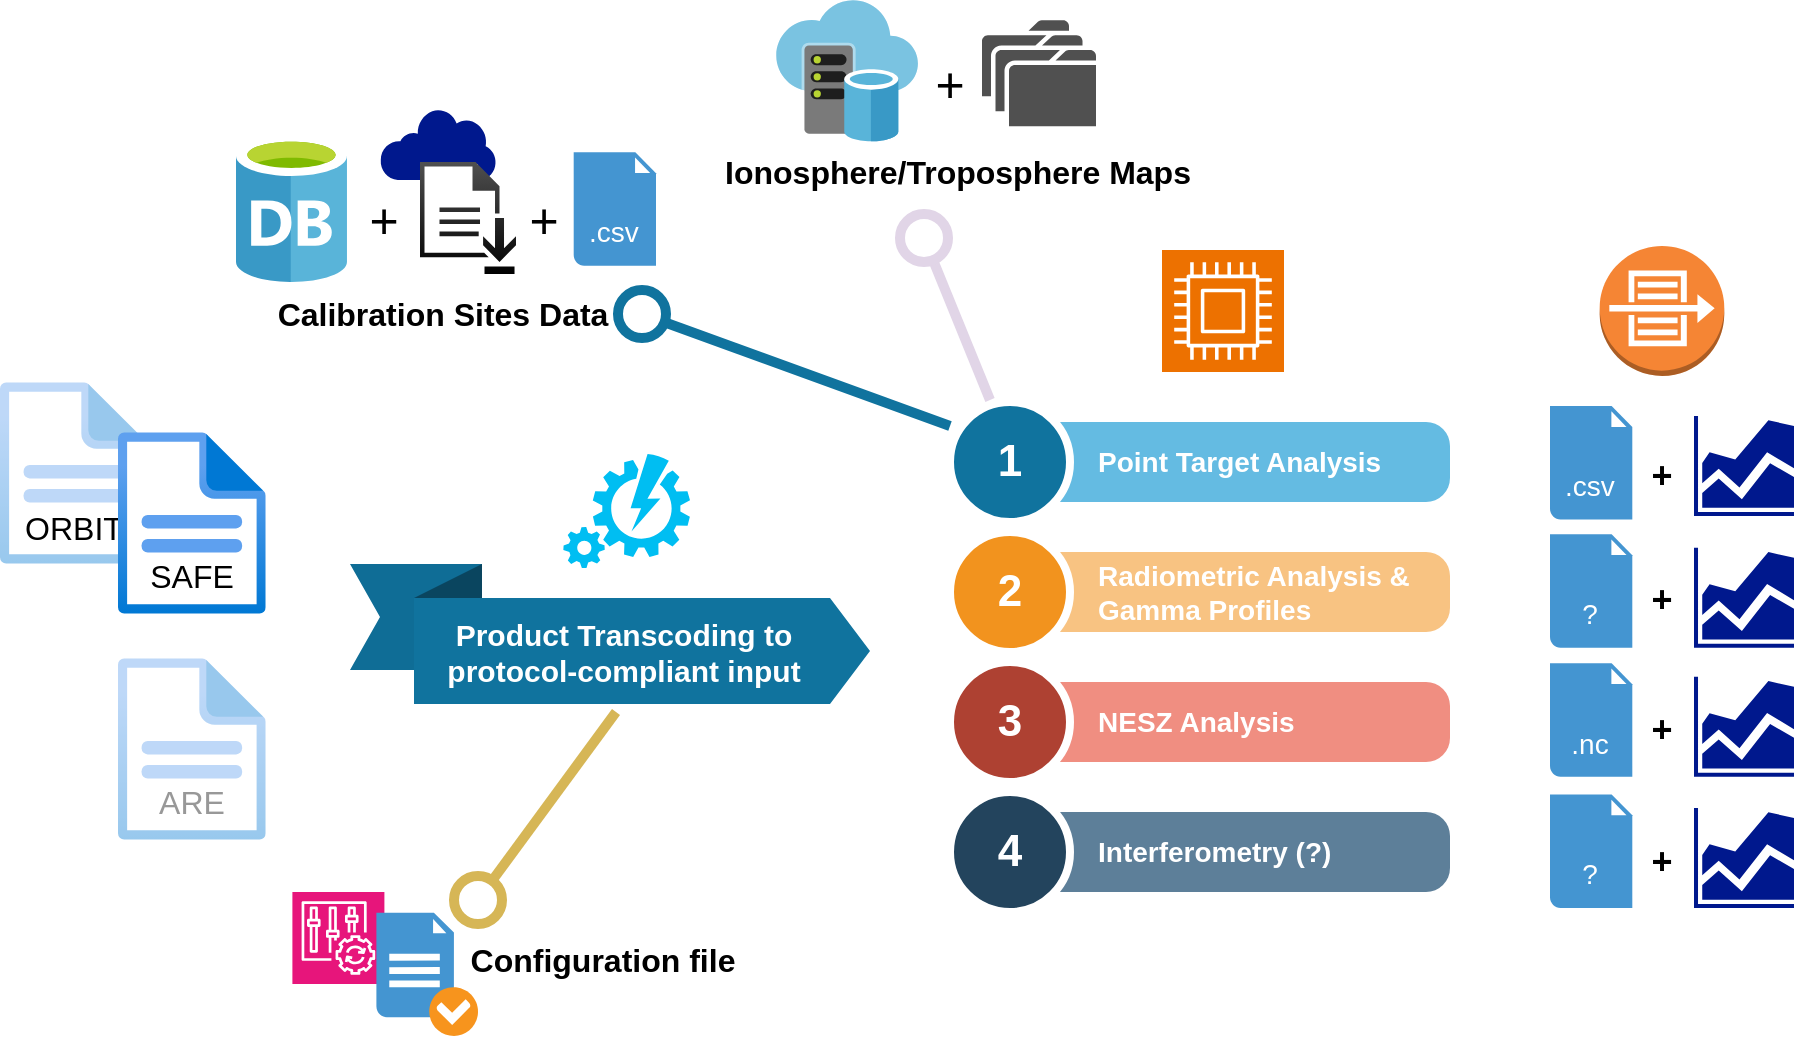
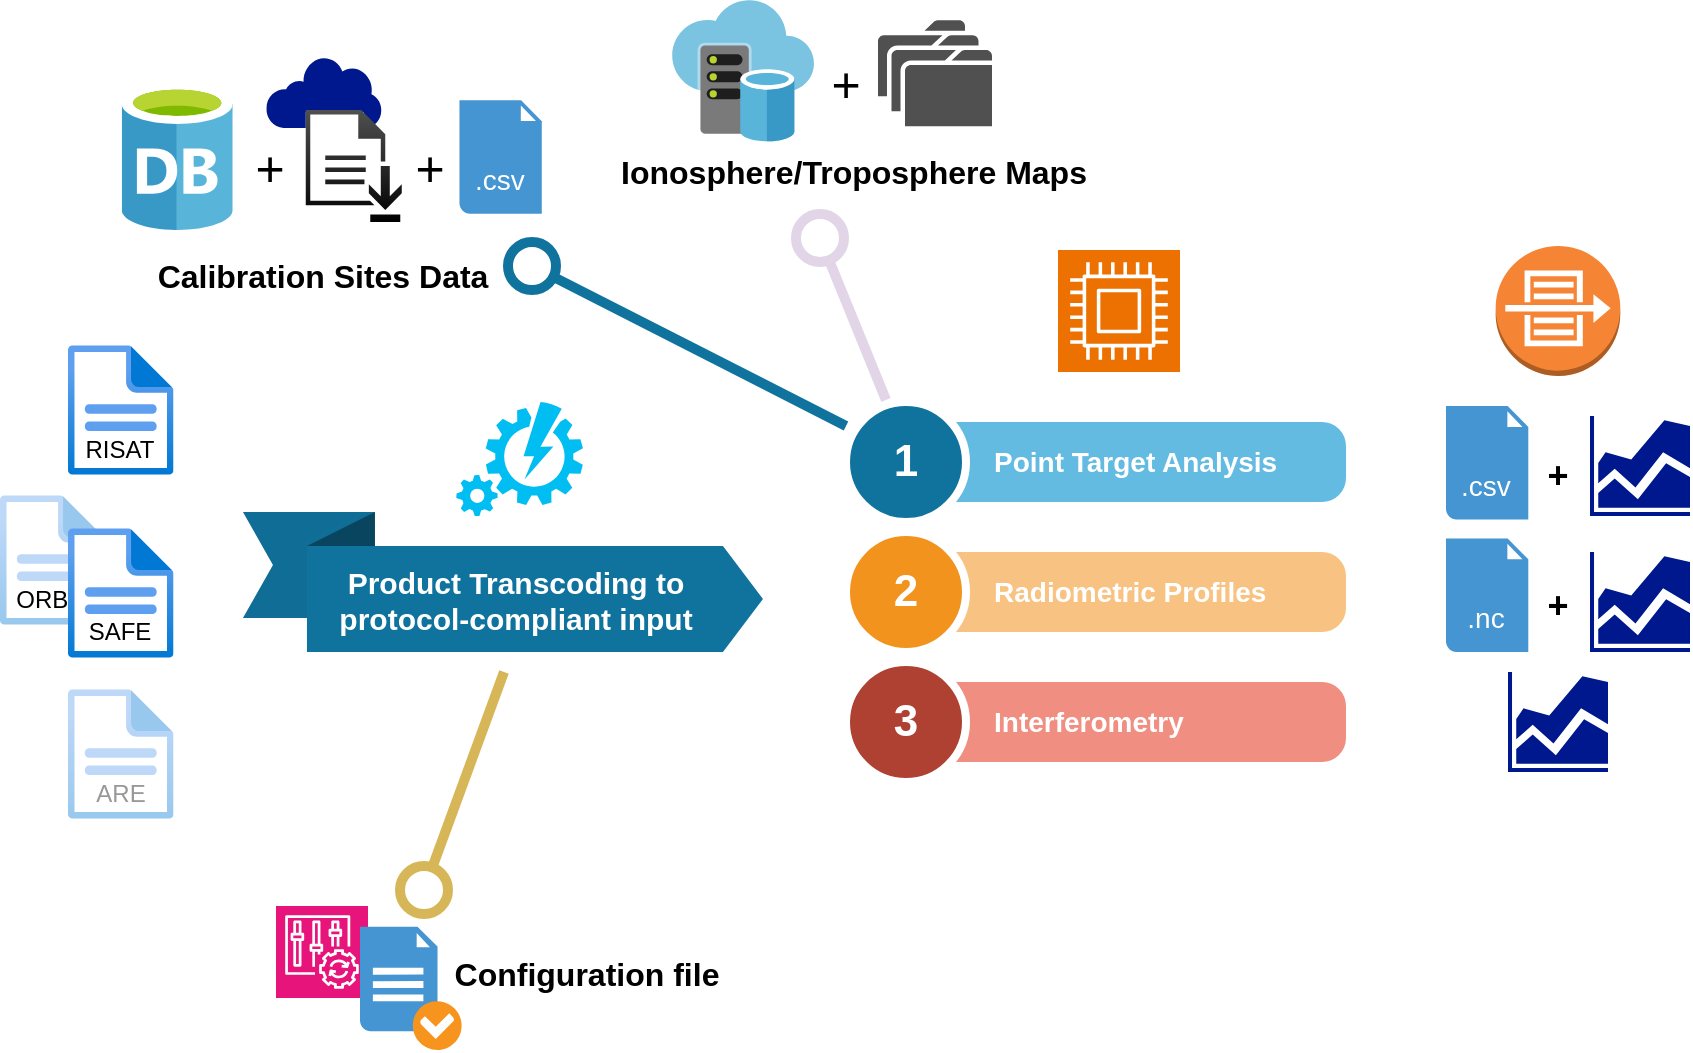
- <mxfile host="Electron" modified="2023-11-22T08:44:17.826Z" agent="Mozilla/5.0 (Windows NT 10.0; Win64; x64) AppleWebKit/537.36 (KHTML, like Gecko) draw.io/22.1.2 Chrome/114.0.5735.289 Electron/25.9.4 Safari/537.36" etag="4Nx6eeMmKp5koXXWDxUF" version="22.1.2" type="device">
+ <mxfile host="Electron" modified="2024-01-31T15:53:16.193Z" agent="Mozilla/5.0 (Windows NT 10.0; Win64; x64) AppleWebKit/537.36 (KHTML, like Gecko) draw.io/23.0.2 Chrome/120.0.6099.109 Electron/28.1.0 Safari/537.36" etag="4xe4xAYZnE6Knbeud8aB" version="23.0.2" type="device">
  <diagram name="Page-1" id="ZDFNkXZJ57S6LXuqswio">
-     <mxGraphModel dx="2019" dy="-28" grid="0" gridSize="10" guides="1" tooltips="1" connect="1" arrows="1" fold="1" page="0" pageScale="1" pageWidth="850" pageHeight="1100" math="0" shadow="0">
+     <mxGraphModel dx="1995" dy="-62" grid="0" gridSize="10" guides="1" tooltips="1" connect="1" arrows="1" fold="1" page="0" pageScale="1" pageWidth="850" pageHeight="1100" math="0" shadow="0">
      <root>
        <mxCell id="0" />
        <mxCell id="1" parent="0" />
+         <mxCell id="lrgGDKjgPaKXFX16Ctiw-16" value="" style="image;aspect=fixed;html=1;points=[];align=center;fontSize=12;image=img/lib/azure2/general/File.svg;opacity=40;imageBackground=none;" parent="1" vertex="1">
+           <mxGeometry x="-508" y="1107.5" width="52.76" height="65" as="geometry" />
+         </mxCell>
        <mxCell id="JBdpaezJYpQm1WViJ7B1-8" value="" style="sketch=0;aspect=fixed;pointerEvents=1;shadow=0;dashed=0;html=1;strokeColor=none;labelPosition=center;verticalLabelPosition=bottom;verticalAlign=top;align=center;fillColor=#00188D;shape=mxgraph.mscae.enterprise.internet;fontSize=16;" parent="1" vertex="1">
-           <mxGeometry x="-370" y="914" width="58.06" height="36" as="geometry" />
+           <mxGeometry x="-375.12" y="888" width="58.06" height="36" as="geometry" />
        </mxCell>
        <mxCell id="JBdpaezJYpQm1WViJ7B1-7" value="" style="rounded=0;whiteSpace=wrap;html=1;fontSize=16;strokeColor=none;" parent="1" vertex="1">
-           <mxGeometry x="-350" y="942" width="29" height="44" as="geometry" />
+           <mxGeometry x="-355.12" y="916" width="29" height="44" as="geometry" />
        </mxCell>
        <mxCell id="lrgGDKjgPaKXFX16Ctiw-1" value="" style="image;aspect=fixed;html=1;points=[];align=center;fontSize=12;image=img/lib/azure2/general/File.svg;opacity=40;imageBackground=none;" parent="1" vertex="1">
-           <mxGeometry x="-559.9986063058034" y="1050.9985888671874" width="73.86" height="91" as="geometry" />
+           <mxGeometry x="-474" y="1204.5" width="52.76" height="65" as="geometry" />
        </mxCell>
-         <mxCell id="lrgGDKjgPaKXFX16Ctiw-2" value="ORBIT" style="text;strokeColor=none;fillColor=default;html=1;align=center;verticalAlign=middle;whiteSpace=wrap;rounded=0;fontSize=16;labelBackgroundColor=none;" parent="1" vertex="1">
-           <mxGeometry x="-553.0686063058033" y="1113.4985888671874" width="60" height="21" as="geometry" />
+         <mxCell id="lrgGDKjgPaKXFX16Ctiw-2" value="ORBIT" style="text;strokeColor=none;fillColor=default;html=1;align=center;verticalAlign=middle;whiteSpace=wrap;rounded=0;fontSize=12;labelBackgroundColor=none;" parent="1" vertex="1">
+           <mxGeometry x="-501.12" y="1153.6" width="39" height="13.5" as="geometry" />
        </mxCell>
        <mxCell id="lrgGDKjgPaKXFX16Ctiw-3" value="Point Target Analysis" style="shape=rect;rounded=1;whiteSpace=wrap;html=1;shadow=0;strokeColor=none;fillColor=#64BBE2;arcSize=30;fontSize=14;spacingLeft=42;fontStyle=1;fontColor=#FFFFFF;align=left;" parent="1" vertex="1">
          <mxGeometry x="-54.998606305803435" y="1070.9985888671874" width="220" height="40" as="geometry" />
        </mxCell>
        <mxCell id="lrgGDKjgPaKXFX16Ctiw-4" value="1" style="shape=ellipse;perimeter=ellipsePerimeter;fontSize=22;fontStyle=1;shadow=0;strokeColor=#ffffff;fillColor=#10739E;strokeWidth=4;fontColor=#ffffff;align=center;whiteSpace=wrap;html=1;" parent="1" vertex="1">
          <mxGeometry x="-84.99860630580343" y="1060.9985888671874" width="60" height="60" as="geometry" />
        </mxCell>
-         <mxCell id="lrgGDKjgPaKXFX16Ctiw-5" value="Radiometric Analysis &amp;amp;&lt;br&gt;Gamma Profiles" style="shape=rect;rounded=1;whiteSpace=wrap;html=1;shadow=0;strokeColor=none;fillColor=#F8C382;arcSize=30;fontSize=14;spacingLeft=42;fontStyle=1;fontColor=#FFFFFF;align=left;" parent="1" vertex="1">
+         <mxCell id="lrgGDKjgPaKXFX16Ctiw-5" value="Radiometric Profiles" style="shape=rect;rounded=1;whiteSpace=wrap;html=1;shadow=0;strokeColor=none;fillColor=#F8C382;arcSize=30;fontSize=14;spacingLeft=42;fontStyle=1;fontColor=#FFFFFF;align=left;" parent="1" vertex="1">
          <mxGeometry x="-54.998606305803435" y="1135.9985888671874" width="220" height="40" as="geometry" />
        </mxCell>
        <mxCell id="lrgGDKjgPaKXFX16Ctiw-6" value="2" style="shape=ellipse;perimeter=ellipsePerimeter;fontSize=22;fontStyle=1;shadow=0;strokeColor=#ffffff;fillColor=#F2931E;strokeWidth=4;fontColor=#ffffff;align=center;whiteSpace=wrap;html=1;" parent="1" vertex="1">
          <mxGeometry x="-84.99860630580343" y="1125.9985888671874" width="60" height="60" as="geometry" />
        </mxCell>
-         <mxCell id="lrgGDKjgPaKXFX16Ctiw-7" value="NESZ Analysis" style="shape=rect;rounded=1;whiteSpace=wrap;html=1;shadow=0;strokeColor=none;fillColor=#F08E81;arcSize=30;fontSize=14;spacingLeft=42;fontStyle=1;fontColor=#FFFFFF;align=left;" parent="1" vertex="1">
+         <mxCell id="lrgGDKjgPaKXFX16Ctiw-7" value="Interferometry" style="shape=rect;rounded=1;whiteSpace=wrap;html=1;shadow=0;strokeColor=none;fillColor=#F08E81;arcSize=30;fontSize=14;spacingLeft=42;fontStyle=1;fontColor=#FFFFFF;align=left;" parent="1" vertex="1">
          <mxGeometry x="-54.998606305803435" y="1200.9985888671874" width="220" height="40" as="geometry" />
        </mxCell>
        <mxCell id="lrgGDKjgPaKXFX16Ctiw-8" value="3" style="shape=ellipse;perimeter=ellipsePerimeter;fontSize=22;fontStyle=1;shadow=0;strokeColor=#ffffff;fillColor=#AE4132;strokeWidth=4;fontColor=#ffffff;align=center;whiteSpace=wrap;html=1;" parent="1" vertex="1">
          <mxGeometry x="-84.99860630580343" y="1190.9985888671874" width="60" height="60" as="geometry" />
        </mxCell>
-         <mxCell id="lrgGDKjgPaKXFX16Ctiw-9" value="Interferometry (?)" style="shape=rect;rounded=1;whiteSpace=wrap;html=1;shadow=0;strokeColor=none;fillColor=#5D7F99;arcSize=30;fontSize=14;spacingLeft=42;fontStyle=1;fontColor=#FFFFFF;align=left;" parent="1" vertex="1">
-           <mxGeometry x="-54.998606305803435" y="1265.9985888671874" width="220" height="40" as="geometry" />
-         </mxCell>
-         <mxCell id="lrgGDKjgPaKXFX16Ctiw-10" value="4" style="shape=ellipse;perimeter=ellipsePerimeter;fontSize=22;fontStyle=1;shadow=0;strokeColor=#ffffff;fillColor=#23445D;strokeWidth=4;fontColor=#ffffff;align=center;whiteSpace=wrap;html=1;" parent="1" vertex="1">
-           <mxGeometry x="-84.99860630580343" y="1255.9985888671874" width="60" height="60" as="geometry" />
-         </mxCell>
        <mxCell id="lrgGDKjgPaKXFX16Ctiw-13" value="" style="html=1;shape=mxgraph.infographic.bannerSingleFold;dx=32;dx2=20;dy=17;notch=15;fillColor=#10739E;strokeColor=none;align=left;verticalAlign=middle;fontColor=#ffffff;fontSize=14;fontStyle=1;spacingBottom=15;spacingLeft=25;flipH=1;flipV=1;" parent="1" vertex="1">
-           <mxGeometry x="-384.99860630580343" y="1141.9985888671874" width="260" height="70" as="geometry" />
+           <mxGeometry x="-386.5186063058034" y="1115.9985888671874" width="260" height="70" as="geometry" />
        </mxCell>
        <mxCell id="lrgGDKjgPaKXFX16Ctiw-14" value="Product Transcoding to protocol-compliant input" style="text;strokeColor=none;fillColor=none;html=1;align=center;verticalAlign=middle;whiteSpace=wrap;rounded=0;fontSize=15;fontColor=#FFFFFF;fontStyle=1" parent="1" vertex="1">
-           <mxGeometry x="-356.99860630580343" y="1170.9985888671874" width="218" height="30" as="geometry" />
+           <mxGeometry x="-358.5186063058034" y="1144.9985888671874" width="218" height="30" as="geometry" />
        </mxCell>
        <mxCell id="lrgGDKjgPaKXFX16Ctiw-15" value="" style="image;aspect=fixed;html=1;points=[];align=center;fontSize=12;image=img/lib/azure2/general/File.svg;" parent="1" vertex="1">
-           <mxGeometry x="-500.99860630580343" y="1075.9985888671874" width="73.86" height="91" as="geometry" />
+           <mxGeometry x="-474" y="1124" width="52.76" height="65" as="geometry" />
        </mxCell>
-         <mxCell id="lrgGDKjgPaKXFX16Ctiw-16" value="" style="image;aspect=fixed;html=1;points=[];align=center;fontSize=12;image=img/lib/azure2/general/File.svg;opacity=40;imageBackground=none;" parent="1" vertex="1">
-           <mxGeometry x="-500.99860630580343" y="1188.9985888671874" width="73.86" height="91" as="geometry" />
+         <mxCell id="lrgGDKjgPaKXFX16Ctiw-17" value="SAFE" style="text;strokeColor=none;fillColor=default;html=1;align=center;verticalAlign=middle;whiteSpace=wrap;rounded=0;fontSize=12;labelBackgroundColor=none;" parent="1" vertex="1">
+           <mxGeometry x="-466.65999999999997" y="1169.7" width="38.07" height="13" as="geometry" />
        </mxCell>
-         <mxCell id="lrgGDKjgPaKXFX16Ctiw-17" value="SAFE" style="text;strokeColor=none;fillColor=default;html=1;align=center;verticalAlign=middle;whiteSpace=wrap;rounded=0;fontSize=16;labelBackgroundColor=none;" parent="1" vertex="1">
-           <mxGeometry x="-494.06860630580337" y="1137.9985888671874" width="60" height="21" as="geometry" />
-         </mxCell>
-         <mxCell id="lrgGDKjgPaKXFX16Ctiw-18" value="ARE" style="text;strokeColor=none;fillColor=default;html=1;align=center;verticalAlign=middle;whiteSpace=wrap;rounded=0;fontSize=16;labelBackgroundColor=none;textOpacity=40;" parent="1" vertex="1">
-           <mxGeometry x="-494.06860630580337" y="1250.9985888671874" width="60" height="21" as="geometry" />
+         <mxCell id="lrgGDKjgPaKXFX16Ctiw-18" value="ARE" style="text;strokeColor=none;fillColor=default;html=1;align=center;verticalAlign=middle;whiteSpace=wrap;rounded=0;fontSize=12;labelBackgroundColor=none;textOpacity=40;" parent="1" vertex="1">
+           <mxGeometry x="-469.24" y="1249.5" width="43.24" height="15" as="geometry" />
        </mxCell>
        <mxCell id="lrgGDKjgPaKXFX16Ctiw-19" value="" style="image;sketch=0;aspect=fixed;html=1;points=[];align=center;fontSize=12;image=img/lib/mscae/Database_General.svg;" parent="1" vertex="1">
-           <mxGeometry x="-441.99860630580343" y="927.9985888671874" width="55.48" height="73" as="geometry" />
+           <mxGeometry x="-447.11860630580344" y="901.9985888671874" width="55.48" height="73" as="geometry" />
        </mxCell>
        <mxCell id="lrgGDKjgPaKXFX16Ctiw-20" value="" style="endArrow=oval;html=1;fontSize=16;fontColor=#10739E;endFill=0;endSize=24;strokeWidth=5;labelBackgroundColor=none;verticalAlign=top;fontStyle=1;strokeColor=#10739E;rounded=0;curved=1;align=left;" parent="1" edge="1">
          <mxGeometry x="1" y="114" relative="1" as="geometry">
            <mxPoint x="-85" y="1073" as="sourcePoint" />
-             <mxPoint x="-239" y="1017" as="targetPoint" />
+             <mxPoint x="-242" y="993" as="targetPoint" />
            <mxPoint x="-65" y="-114" as="offset" />
          </mxGeometry>
        </mxCell>
        <mxCell id="lrgGDKjgPaKXFX16Ctiw-21" value="" style="verticalLabelPosition=bottom;html=1;verticalAlign=top;align=center;strokeColor=none;fillColor=#00BEF2;shape=mxgraph.azure.automation;pointerEvents=1;fontSize=16;" parent="1" vertex="1">
-           <mxGeometry x="-278.32860630580336" y="1086.9985888671874" width="63.33" height="57" as="geometry" />
+           <mxGeometry x="-279.84860630580334" y="1060.9985888671874" width="63.33" height="57" as="geometry" />
        </mxCell>
        <mxCell id="lrgGDKjgPaKXFX16Ctiw-22" value="" style="outlineConnect=0;dashed=0;verticalLabelPosition=bottom;verticalAlign=top;align=center;html=1;shape=mxgraph.aws3.flow_logs;fillColor=#F58534;gradientColor=none;fontSize=16;" parent="1" vertex="1">
          <mxGeometry x="239.8513936941966" y="982.9985888671874" width="62.29" height="65" as="geometry" />
        </mxCell>
        <mxCell id="lrgGDKjgPaKXFX16Ctiw-23" value="" style="sketch=0;points=[[0,0,0],[0.25,0,0],[0.5,0,0],[0.75,0,0],[1,0,0],[0,1,0],[0.25,1,0],[0.5,1,0],[0.75,1,0],[1,1,0],[0,0.25,0],[0,0.5,0],[0,0.75,0],[1,0.25,0],[1,0.5,0],[1,0.75,0]];outlineConnect=0;fontColor=#232F3E;fillColor=#ED7100;strokeColor=#ffffff;dashed=0;verticalLabelPosition=bottom;verticalAlign=top;align=center;html=1;fontSize=12;fontStyle=0;aspect=fixed;shape=mxgraph.aws4.resourceIcon;resIcon=mxgraph.aws4.compute;" parent="1" vertex="1">
          <mxGeometry x="21.001393694196565" y="984.9985888671874" width="61" height="61" as="geometry" />
        </mxCell>
        <mxCell id="lrgGDKjgPaKXFX16Ctiw-24" value="" style="shadow=0;dashed=0;html=1;strokeColor=none;fillColor=#4495D1;labelPosition=center;verticalLabelPosition=bottom;verticalAlign=top;align=center;outlineConnect=0;shape=mxgraph.veeam.2d.file;fontSize=16;" parent="1" vertex="1">
          <mxGeometry x="215.00139369419657" y="1062.9985888671874" width="41.15" height="56.8" as="geometry" />
        </mxCell>
        <mxCell id="lrgGDKjgPaKXFX16Ctiw-25" value=".csv" style="text;strokeColor=none;fillColor=none;html=1;align=center;verticalAlign=middle;whiteSpace=wrap;rounded=0;fontSize=14;fontColor=#FFFFFF;" parent="1" vertex="1">
          <mxGeometry x="215.00139369419657" y="1092.9985888671874" width="40" height="20" as="geometry" />
        </mxCell>
-         <mxCell id="lrgGDKjgPaKXFX16Ctiw-26" value="" style="shadow=0;dashed=0;html=1;strokeColor=none;fillColor=#4495D1;labelPosition=center;verticalLabelPosition=bottom;verticalAlign=top;align=center;outlineConnect=0;shape=mxgraph.veeam.2d.file;fontSize=16;" parent="1" vertex="1">
-           <mxGeometry x="215.00139369419657" y="1127.0985888671873" width="41.15" height="56.8" as="geometry" />
-         </mxCell>
        <mxCell id="lrgGDKjgPaKXFX16Ctiw-27" value="?" style="text;strokeColor=none;fillColor=none;html=1;align=center;verticalAlign=middle;whiteSpace=wrap;rounded=0;fontSize=14;fontColor=#FFFFFF;" parent="1" vertex="1">
          <mxGeometry x="215.00139369419657" y="1157.0985888671873" width="40" height="20" as="geometry" />
        </mxCell>
        <mxCell id="lrgGDKjgPaKXFX16Ctiw-28" value="" style="sketch=0;aspect=fixed;pointerEvents=1;shadow=0;dashed=0;html=1;strokeColor=none;labelPosition=center;verticalLabelPosition=bottom;verticalAlign=top;align=center;fillColor=#00188D;shape=mxgraph.mscae.general.graph;fontSize=16;" parent="1" vertex="1">
          <mxGeometry x="287.00139369419657" y="1067.9985888671874" width="50" height="50" as="geometry" />
        </mxCell>
        <mxCell id="lrgGDKjgPaKXFX16Ctiw-29" value="&lt;b&gt;&lt;font style=&quot;font-size: 18px;&quot;&gt;+&lt;/font&gt;&lt;/b&gt;" style="text;strokeColor=none;fillColor=none;html=1;align=center;verticalAlign=middle;whiteSpace=wrap;rounded=0;fontSize=16;" parent="1" vertex="1">
          <mxGeometry x="241.00139369419657" y="1082.9985888671874" width="60" height="30" as="geometry" />
        </mxCell>
-         <mxCell id="lrgGDKjgPaKXFX16Ctiw-30" value="" style="sketch=0;aspect=fixed;pointerEvents=1;shadow=0;dashed=0;html=1;strokeColor=none;labelPosition=center;verticalLabelPosition=bottom;verticalAlign=top;align=center;fillColor=#00188D;shape=mxgraph.mscae.general.graph;fontSize=16;" parent="1" vertex="1">
-           <mxGeometry x="287.00139369419657" y="1133.8985888671875" width="50" height="50" as="geometry" />
-         </mxCell>
-         <mxCell id="lrgGDKjgPaKXFX16Ctiw-31" value="&lt;b&gt;&lt;font style=&quot;font-size: 18px;&quot;&gt;+&lt;/font&gt;&lt;/b&gt;" style="text;strokeColor=none;fillColor=none;html=1;align=center;verticalAlign=middle;whiteSpace=wrap;rounded=0;fontSize=16;" parent="1" vertex="1">
-           <mxGeometry x="241.00139369419657" y="1145.4985888671874" width="60" height="30" as="geometry" />
-         </mxCell>
        <mxCell id="lrgGDKjgPaKXFX16Ctiw-32" value="" style="shadow=0;dashed=0;html=1;strokeColor=none;fillColor=#4495D1;labelPosition=center;verticalLabelPosition=bottom;verticalAlign=top;align=center;outlineConnect=0;shape=mxgraph.veeam.2d.file;fontSize=16;" parent="1" vertex="1">
-           <mxGeometry x="215.00139369419657" y="1191.5985888671873" width="41.15" height="56.8" as="geometry" />
+           <mxGeometry x="215.00139369419657" y="1129.1985888671873" width="41.15" height="56.8" as="geometry" />
        </mxCell>
        <mxCell id="lrgGDKjgPaKXFX16Ctiw-33" value=".nc" style="text;strokeColor=none;fillColor=none;html=1;align=center;verticalAlign=middle;whiteSpace=wrap;rounded=0;fontSize=14;fontColor=#FFFFFF;" parent="1" vertex="1">
-           <mxGeometry x="215.00139369419657" y="1221.5985888671873" width="40" height="20" as="geometry" />
+           <mxGeometry x="215.00139369419657" y="1159.1985888671873" width="40" height="20" as="geometry" />
        </mxCell>
        <mxCell id="lrgGDKjgPaKXFX16Ctiw-34" value="" style="sketch=0;aspect=fixed;pointerEvents=1;shadow=0;dashed=0;html=1;strokeColor=none;labelPosition=center;verticalLabelPosition=bottom;verticalAlign=top;align=center;fillColor=#00188D;shape=mxgraph.mscae.general.graph;fontSize=16;" parent="1" vertex="1">
-           <mxGeometry x="287.00139369419657" y="1198.3985888671875" width="50" height="50" as="geometry" />
+           <mxGeometry x="287.00139369419657" y="1135.9985888671874" width="50" height="50" as="geometry" />
        </mxCell>
        <mxCell id="lrgGDKjgPaKXFX16Ctiw-35" value="&lt;b&gt;&lt;font style=&quot;font-size: 18px;&quot;&gt;+&lt;/font&gt;&lt;/b&gt;" style="text;strokeColor=none;fillColor=none;html=1;align=center;verticalAlign=middle;whiteSpace=wrap;rounded=0;fontSize=16;" parent="1" vertex="1">
-           <mxGeometry x="241.00139369419657" y="1209.9985888671874" width="60" height="30" as="geometry" />
-         </mxCell>
-         <mxCell id="lrgGDKjgPaKXFX16Ctiw-36" value="" style="shadow=0;dashed=0;html=1;strokeColor=none;fillColor=#4495D1;labelPosition=center;verticalLabelPosition=bottom;verticalAlign=top;align=center;outlineConnect=0;shape=mxgraph.veeam.2d.file;fontSize=16;" parent="1" vertex="1">
-           <mxGeometry x="215.00139369419657" y="1257.1985888671875" width="41.15" height="56.8" as="geometry" />
-         </mxCell>
-         <mxCell id="lrgGDKjgPaKXFX16Ctiw-37" value="?" style="text;strokeColor=none;fillColor=none;html=1;align=center;verticalAlign=middle;whiteSpace=wrap;rounded=0;fontSize=14;fontColor=#FFFFFF;" parent="1" vertex="1">
-           <mxGeometry x="215.00139369419657" y="1287.1985888671875" width="40" height="20" as="geometry" />
-         </mxCell>
-         <mxCell id="lrgGDKjgPaKXFX16Ctiw-38" value="" style="sketch=0;aspect=fixed;pointerEvents=1;shadow=0;dashed=0;html=1;strokeColor=none;labelPosition=center;verticalLabelPosition=bottom;verticalAlign=top;align=center;fillColor=#00188D;shape=mxgraph.mscae.general.graph;fontSize=16;" parent="1" vertex="1">
-           <mxGeometry x="287.00139369419657" y="1263.9985888671874" width="50" height="50" as="geometry" />
-         </mxCell>
-         <mxCell id="lrgGDKjgPaKXFX16Ctiw-39" value="&lt;b&gt;&lt;font style=&quot;font-size: 18px;&quot;&gt;+&lt;/font&gt;&lt;/b&gt;" style="text;strokeColor=none;fillColor=none;html=1;align=center;verticalAlign=middle;whiteSpace=wrap;rounded=0;fontSize=16;" parent="1" vertex="1">
-           <mxGeometry x="241.00139369419657" y="1275.5985888671873" width="60" height="30" as="geometry" />
+           <mxGeometry x="241.00139369419657" y="1147.5985888671873" width="60" height="30" as="geometry" />
        </mxCell>
        <mxCell id="JBdpaezJYpQm1WViJ7B1-1" value="&lt;font style=&quot;font-size: 25px;&quot;&gt;+&lt;/font&gt;" style="text;strokeColor=none;fillColor=none;html=1;align=center;verticalAlign=middle;whiteSpace=wrap;rounded=0;fontSize=16;" parent="1" vertex="1">
-           <mxGeometry x="-398" y="954" width="60" height="30" as="geometry" />
+           <mxGeometry x="-403.12" y="928" width="60" height="30" as="geometry" />
        </mxCell>
        <mxCell id="JBdpaezJYpQm1WViJ7B1-2" value="" style="sketch=0;pointerEvents=1;shadow=0;dashed=0;html=1;strokeColor=none;fillColor=#505050;labelPosition=center;verticalLabelPosition=bottom;verticalAlign=top;outlineConnect=0;align=center;shape=mxgraph.office.concepts.download;fontSize=16;fillStyle=solid;gradientColor=default;" parent="1" vertex="1">
-           <mxGeometry x="-350" y="941" width="48" height="56" as="geometry" />
+           <mxGeometry x="-355.12" y="915" width="48" height="56" as="geometry" />
        </mxCell>
        <mxCell id="JBdpaezJYpQm1WViJ7B1-3" value="&lt;font style=&quot;font-size: 25px;&quot;&gt;+&lt;/font&gt;" style="text;strokeColor=none;fillColor=none;html=1;align=center;verticalAlign=middle;whiteSpace=wrap;rounded=0;fontSize=16;" parent="1" vertex="1">
-           <mxGeometry x="-318" y="954" width="60" height="30" as="geometry" />
+           <mxGeometry x="-323.12" y="928" width="60" height="30" as="geometry" />
        </mxCell>
        <mxCell id="JBdpaezJYpQm1WViJ7B1-4" value="" style="shadow=0;dashed=0;html=1;strokeColor=none;fillColor=#4495D1;labelPosition=center;verticalLabelPosition=bottom;verticalAlign=top;align=center;outlineConnect=0;shape=mxgraph.veeam.2d.file;fontSize=16;" parent="1" vertex="1">
-           <mxGeometry x="-273.1486063058034" y="936.0985888671875" width="41.15" height="56.8" as="geometry" />
+           <mxGeometry x="-278.2686063058034" y="910.0985888671875" width="41.15" height="56.8" as="geometry" />
        </mxCell>
        <mxCell id="JBdpaezJYpQm1WViJ7B1-5" value=".csv" style="text;strokeColor=none;fillColor=none;html=1;align=center;verticalAlign=middle;whiteSpace=wrap;rounded=0;fontSize=14;fontColor=#FFFFFF;" parent="1" vertex="1">
-           <mxGeometry x="-273.1486063058034" y="966.0985888671875" width="40" height="20" as="geometry" />
+           <mxGeometry x="-278.2686063058034" y="940.0985888671875" width="40" height="20" as="geometry" />
        </mxCell>
        <mxCell id="JBdpaezJYpQm1WViJ7B1-9" value="Calibration Sites Data" style="text;strokeColor=none;fillColor=none;html=1;align=center;verticalAlign=middle;whiteSpace=wrap;rounded=0;fontSize=16;fontStyle=1" parent="1" vertex="1">
-           <mxGeometry x="-435" y="1001.5" width="193" height="30" as="geometry" />
+           <mxGeometry x="-443.5" y="983" width="193" height="30" as="geometry" />
        </mxCell>
        <mxCell id="JBdpaezJYpQm1WViJ7B1-10" value="" style="image;sketch=0;aspect=fixed;html=1;points=[];align=center;fontSize=12;image=img/lib/mscae/Virtual_Datacenter.svg;" parent="1" vertex="1">
          <mxGeometry x="-172" y="860" width="71.1" height="71.1" as="geometry" />
        </mxCell>
        <mxCell id="JBdpaezJYpQm1WViJ7B1-11" value="" style="endArrow=oval;html=1;fontSize=16;fontColor=#10739E;endFill=0;endSize=24;strokeWidth=5;labelBackgroundColor=none;verticalAlign=top;fontStyle=1;strokeColor=#E1D5E7;rounded=0;curved=1;align=left;" parent="1" edge="1">
          <mxGeometry x="1" y="114" relative="1" as="geometry">
            <mxPoint x="-65" y="1060" as="sourcePoint" />
            <mxPoint x="-98" y="979" as="targetPoint" />
            <mxPoint x="-65" y="-114" as="offset" />
          </mxGeometry>
        </mxCell>
        <mxCell id="JBdpaezJYpQm1WViJ7B1-12" value="Ionosphere/Troposphere Maps" style="text;strokeColor=none;fillColor=none;html=1;align=center;verticalAlign=middle;whiteSpace=wrap;rounded=0;fontSize=16;fontStyle=1" parent="1" vertex="1">
          <mxGeometry x="-208" y="931.1" width="254" height="30" as="geometry" />
        </mxCell>
        <mxCell id="JBdpaezJYpQm1WViJ7B1-13" value="" style="sketch=0;pointerEvents=1;shadow=0;dashed=0;html=1;strokeColor=none;fillColor=#505050;labelPosition=center;verticalLabelPosition=bottom;verticalAlign=top;outlineConnect=0;align=center;shape=mxgraph.office.concepts.folders;fontSize=16;" parent="1" vertex="1">
          <mxGeometry x="-69" y="870.1" width="57" height="53" as="geometry" />
        </mxCell>
        <mxCell id="JBdpaezJYpQm1WViJ7B1-14" value="&lt;font style=&quot;font-size: 25px;&quot;&gt;+&lt;/font&gt;" style="text;strokeColor=none;fillColor=none;html=1;align=center;verticalAlign=middle;whiteSpace=wrap;rounded=0;fontSize=16;" parent="1" vertex="1">
          <mxGeometry x="-115" y="886.1" width="60" height="30" as="geometry" />
        </mxCell>
-         <mxCell id="x6sExIXuglgwTAsedL43-1" value="" style="sketch=0;points=[[0,0,0],[0.25,0,0],[0.5,0,0],[0.75,0,0],[1,0,0],[0,1,0],[0.25,1,0],[0.5,1,0],[0.75,1,0],[1,1,0],[0,0.25,0],[0,0.5,0],[0,0.75,0],[1,0.25,0],[1,0.5,0],[1,0.75,0]];points=[[0,0,0],[0.25,0,0],[0.5,0,0],[0.75,0,0],[1,0,0],[0,1,0],[0.25,1,0],[0.5,1,0],[0.75,1,0],[1,1,0],[0,0.25,0],[0,0.5,0],[0,0.75,0],[1,0.25,0],[1,0.5,0],[1,0.75,0]];outlineConnect=0;fontColor=#232F3E;fillColor=#E7157B;strokeColor=#ffffff;dashed=0;verticalLabelPosition=bottom;verticalAlign=top;align=center;html=1;fontSize=12;fontStyle=0;aspect=fixed;shape=mxgraph.aws4.resourceIcon;resIcon=mxgraph.aws4.config;" vertex="1" parent="1">
-           <mxGeometry x="-413.8" y="1306" width="46" height="46" as="geometry" />
+         <mxCell id="x6sExIXuglgwTAsedL43-1" value="" style="sketch=0;points=[[0,0,0],[0.25,0,0],[0.5,0,0],[0.75,0,0],[1,0,0],[0,1,0],[0.25,1,0],[0.5,1,0],[0.75,1,0],[1,1,0],[0,0.25,0],[0,0.5,0],[0,0.75,0],[1,0.25,0],[1,0.5,0],[1,0.75,0]];points=[[0,0,0],[0.25,0,0],[0.5,0,0],[0.75,0,0],[1,0,0],[0,1,0],[0.25,1,0],[0.5,1,0],[0.75,1,0],[1,1,0],[0,0.25,0],[0,0.5,0],[0,0.75,0],[1,0.25,0],[1,0.5,0],[1,0.75,0]];outlineConnect=0;fontColor=#232F3E;fillColor=#E7157B;strokeColor=#ffffff;dashed=0;verticalLabelPosition=bottom;verticalAlign=top;align=center;html=1;fontSize=12;fontStyle=0;aspect=fixed;shape=mxgraph.aws4.resourceIcon;resIcon=mxgraph.aws4.config;" parent="1" vertex="1">
+           <mxGeometry x="-370" y="1313" width="46" height="46" as="geometry" />
        </mxCell>
-         <mxCell id="x6sExIXuglgwTAsedL43-3" value="" style="shadow=0;dashed=0;html=1;strokeColor=none;fillColor=#4495D1;labelPosition=center;verticalLabelPosition=bottom;verticalAlign=top;align=center;outlineConnect=0;shape=mxgraph.veeam.checked_doc;fontSize=16;" vertex="1" parent="1">
-           <mxGeometry x="-371.8" y="1316.4" width="50.8" height="61.6" as="geometry" />
+         <mxCell id="x6sExIXuglgwTAsedL43-3" value="" style="shadow=0;dashed=0;html=1;strokeColor=none;fillColor=#4495D1;labelPosition=center;verticalLabelPosition=bottom;verticalAlign=top;align=center;outlineConnect=0;shape=mxgraph.veeam.checked_doc;fontSize=16;" parent="1" vertex="1">
+           <mxGeometry x="-328" y="1323.4" width="50.8" height="61.6" as="geometry" />
        </mxCell>
-         <mxCell id="x6sExIXuglgwTAsedL43-4" value="" style="endArrow=oval;html=1;fontSize=16;fontColor=#10739E;endFill=0;endSize=24;strokeWidth=5;labelBackgroundColor=none;verticalAlign=top;fontStyle=1;strokeColor=#d6b656;rounded=0;curved=1;align=left;fillColor=#fff2cc;" edge="1" parent="1">
+         <mxCell id="x6sExIXuglgwTAsedL43-4" value="" style="endArrow=oval;html=1;fontSize=16;fontColor=#10739E;endFill=0;endSize=24;strokeWidth=5;labelBackgroundColor=none;verticalAlign=top;fontStyle=1;strokeColor=#d6b656;rounded=0;curved=1;align=left;fillColor=#fff2cc;" parent="1" edge="1">
          <mxGeometry x="1" y="114" relative="1" as="geometry">
-             <mxPoint x="-252" y="1216" as="sourcePoint" />
-             <mxPoint x="-321" y="1310" as="targetPoint" />
+             <mxPoint x="-256" y="1196" as="sourcePoint" />
+             <mxPoint x="-296" y="1305" as="targetPoint" />
            <mxPoint x="-65" y="-114" as="offset" />
          </mxGeometry>
        </mxCell>
-         <mxCell id="x6sExIXuglgwTAsedL43-5" value="Configuration file" style="text;strokeColor=none;fillColor=none;html=1;align=center;verticalAlign=middle;whiteSpace=wrap;rounded=0;fontSize=16;fontStyle=1" vertex="1" parent="1">
-           <mxGeometry x="-355" y="1325" width="193" height="30" as="geometry" />
+         <mxCell id="x6sExIXuglgwTAsedL43-5" value="Configuration file" style="text;strokeColor=none;fillColor=none;html=1;align=center;verticalAlign=middle;whiteSpace=wrap;rounded=0;fontSize=16;fontStyle=1" parent="1" vertex="1">
+           <mxGeometry x="-311.2" y="1332" width="193" height="30" as="geometry" />
+         </mxCell>
+         <mxCell id="TILLbK_K5Ea1nHA4Bt1_-1" value="" style="sketch=0;aspect=fixed;pointerEvents=1;shadow=0;dashed=0;html=1;strokeColor=none;labelPosition=center;verticalLabelPosition=bottom;verticalAlign=top;align=center;fillColor=#00188D;shape=mxgraph.mscae.general.graph;fontSize=16;" vertex="1" parent="1">
+           <mxGeometry x="246.00139369419657" y="1195.9985888671874" width="50" height="50" as="geometry" />
+         </mxCell>
+         <mxCell id="TILLbK_K5Ea1nHA4Bt1_-4" value="" style="image;aspect=fixed;html=1;points=[];align=center;fontSize=12;image=img/lib/azure2/general/File.svg;" vertex="1" parent="1">
+           <mxGeometry x="-474.01" y="1032.5" width="52.76" height="65" as="geometry" />
+         </mxCell>
+         <mxCell id="TILLbK_K5Ea1nHA4Bt1_-5" value="RISAT" style="text;strokeColor=none;fillColor=default;html=1;align=center;verticalAlign=middle;whiteSpace=wrap;rounded=0;fontSize=12;labelBackgroundColor=none;" vertex="1" parent="1">
+           <mxGeometry x="-466.66999999999996" y="1078.2" width="38.07" height="13" as="geometry" />
        </mxCell>
      </root>
    </mxGraphModel>
  </diagram>
</mxfile>
